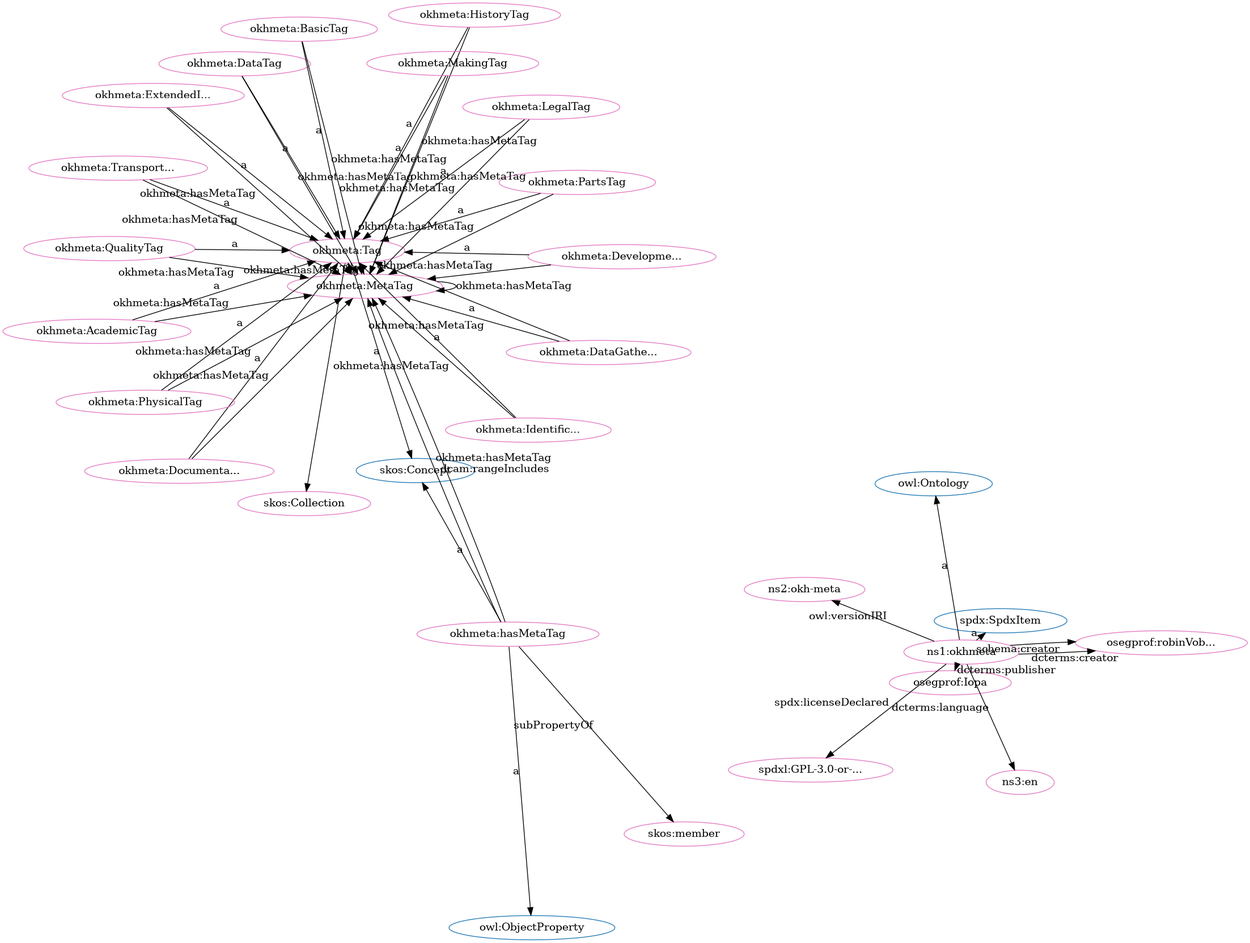
Before: src/spec/fdp_okh-meta.png, a diagram exported from Graphviz (iop-alliance/OpenKnowHow). Its source is kept beside it as src/spec/fdp_okh-meta.dot.
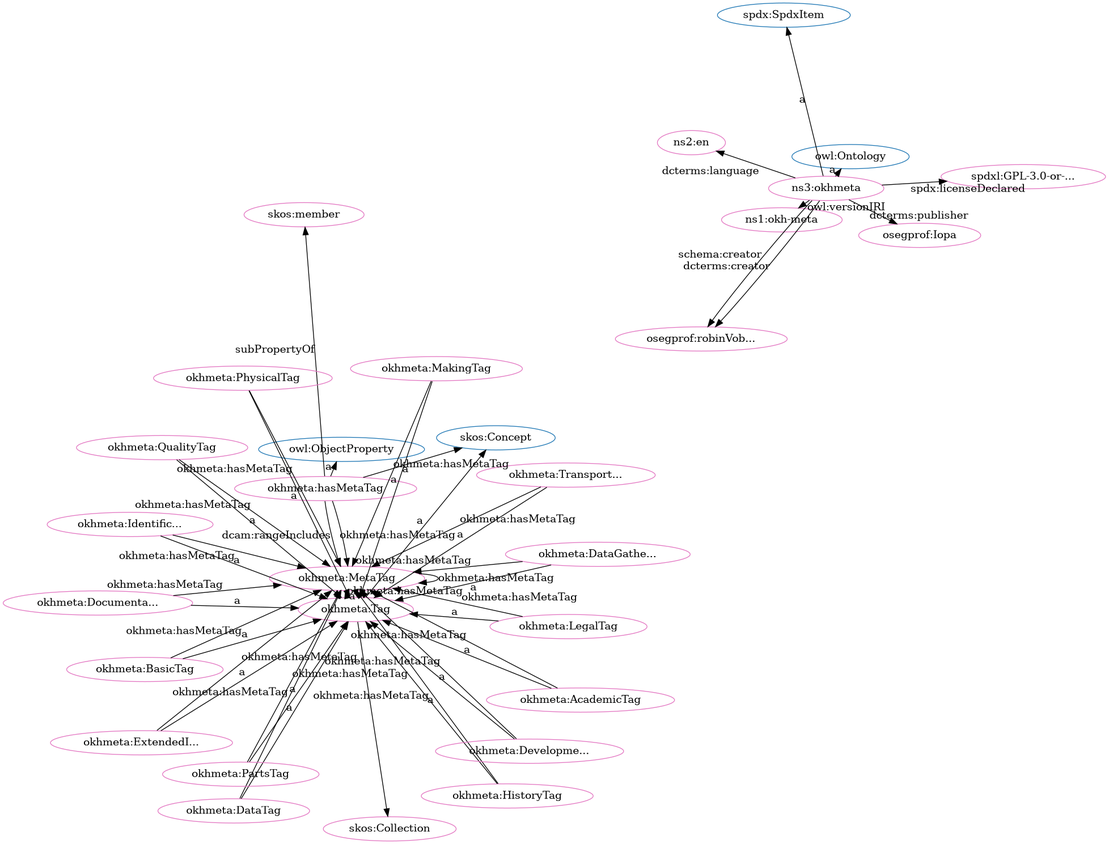
Above is the later version.

What changed in the source:
```diff
@@ -1,84 +1,84 @@
 digraph G {
   rankdir=BT
   node[height=.3]
+"http://spdx.org/rdf/terms#SpdxItem" [fillcolor="#1f77b4" color="#1f77b4" label="spdx:SpdxItem"]
+"http://w3id.org/oseg/ont/okhmeta#Tag" [fillcolor="#1f77b4" color="#1f77b4" label="okhmeta:Tag"]
+"http://www.w3.org/2004/02/skos/core#Concept" [fillcolor="#1f77b4" color="#1f77b4" label="skos:Concept"]
 "http://www.w3.org/2002/07/owl#Ontology" [fillcolor="#1f77b4" color="#1f77b4" label="owl:Ontology"]
 "http://www.w3.org/2004/02/skos/core#Collection" [fillcolor="#1f77b4" color="#1f77b4" label="skos:Collection"]
 "http://www.w3.org/2002/07/owl#ObjectProperty" [fillcolor="#1f77b4" color="#1f77b4" label="owl:ObjectProperty"]
-"http://www.w3.org/2004/02/skos/core#Concept" [fillcolor="#1f77b4" color="#1f77b4" label="skos:Concept"]
-"http://w3id.org/oseg/ont/okhmeta#Tag" [fillcolor="#1f77b4" color="#1f77b4" label="okhmeta:Tag"]
-"http://spdx.org/rdf/terms#SpdxItem" [fillcolor="#1f77b4" color="#1f77b4" label="spdx:SpdxItem"]
+"http://w3id.org/oseg/ont/okhmeta#BasicTag" [fillcolor="#e377c2" color="#e377c2" label="okhmeta:BasicTag"]
 "http://w3id.org/oseg/ont/okhmeta#MetaTag" [fillcolor="#e377c2" color="#e377c2" label="okhmeta:MetaTag"]
+"http://w3id.org/oseg/ont/1.1.0/okh-meta" [fillcolor="#e377c2" color="#e377c2" label="ns1:okh-meta"]
 "http://w3id.org/oseg/ont/okhmeta#DataTag" [fillcolor="#e377c2" color="#e377c2" label="okhmeta:DataTag"]
-"http://w3id.org/oseg/ont/okhmeta#DocumentationTag" [fillcolor="#e377c2" color="#e377c2" label="okhmeta:Documenta..."]
-"http://w3id.org/oseg/ont/okhmeta#DevelopmentTag" [fillcolor="#e377c2" color="#e377c2" label="okhmeta:Developme..."]
-"http://w3id.org/oseg/ont/oseg-profiles#Iopa" [fillcolor="#e377c2" color="#e377c2" label="osegprof:Iopa"]
-"http://www.w3.org/2004/02/skos/core#member" [fillcolor="#e377c2" color="#e377c2" label="skos:member"]
-"http://w3id.org/oseg/ont/okhmeta#Tag" [fillcolor="#e377c2" color="#e377c2" label="okhmeta:Tag"]
 "http://w3id.org/oseg/ont/okhmeta#hasMetaTag" [fillcolor="#e377c2" color="#e377c2" label="okhmeta:hasMetaTag"]
-"http://w3id.org/oseg/ont/okhmeta" [fillcolor="#e377c2" color="#e377c2" label="ns1:okhmeta"]
-"http://w3id.org/oseg/ont/oseg-profiles#robinVobruba" [fillcolor="#e377c2" color="#e377c2" label="osegprof:robinVob..."]
-"http://w3id.org/oseg/ont/okhmeta#DataGatheringTag" [fillcolor="#e377c2" color="#e377c2" label="okhmeta:DataGathe..."]
-"http://w3id.org/oseg/ont/okhmeta#BasicTag" [fillcolor="#e377c2" color="#e377c2" label="okhmeta:BasicTag"]
-"http://w3id.org/oseg/ont/okhmeta#LegalTag" [fillcolor="#e377c2" color="#e377c2" label="okhmeta:LegalTag"]
 "http://w3id.org/oseg/ont/okhmeta#PartsTag" [fillcolor="#e377c2" color="#e377c2" label="okhmeta:PartsTag"]
 "http://w3id.org/oseg/ont/okhmeta#HistoryTag" [fillcolor="#e377c2" color="#e377c2" label="okhmeta:HistoryTag"]
+"http://w3id.org/oseg/ont/okhmeta#DevelopmentTag" [fillcolor="#e377c2" color="#e377c2" label="okhmeta:Developme..."]
+"http://id.loc.gov/vocabulary/iso639-1/en" [fillcolor="#e377c2" color="#e377c2" label="ns2:en"]
+"http://www.w3.org/2004/02/skos/core#Collection" [fillcolor="#e377c2" color="#e377c2" label="skos:Collection"]
+"http://w3id.org/oseg/ont/okhmeta#PhysicalTag" [fillcolor="#e377c2" color="#e377c2" label="okhmeta:PhysicalTag"]
+"http://w3id.org/oseg/ont/okhmeta#LegalTag" [fillcolor="#e377c2" color="#e377c2" label="okhmeta:LegalTag"]
+"http://spdx.org/licenses/GPL-3.0-or-later" [fillcolor="#e377c2" color="#e377c2" label="spdxl:GPL-3.0-or-..."]
+"http://w3id.org/oseg/ont/okhmeta#TransportationTag" [fillcolor="#e377c2" color="#e377c2" label="okhmeta:Transport..."]
+"http://w3id.org/oseg/ont/okhmeta" [fillcolor="#e377c2" color="#e377c2" label="ns3:okhmeta"]
+"http://www.w3.org/2004/02/skos/core#member" [fillcolor="#e377c2" color="#e377c2" label="skos:member"]
+"http://w3id.org/oseg/ont/oseg-profiles#robinVobruba" [fillcolor="#e377c2" color="#e377c2" label="osegprof:robinVob..."]
+"http://w3id.org/oseg/ont/okhmeta#QualityTag" [fillcolor="#e377c2" color="#e377c2" label="okhmeta:QualityTag"]
+"http://w3id.org/oseg/ont/okhmeta#AcademicTag" [fillcolor="#e377c2" color="#e377c2" label="okhmeta:AcademicTag"]
+"http://w3id.org/oseg/ont/okhmeta#DocumentationTag" [fillcolor="#e377c2" color="#e377c2" label="okhmeta:Documenta..."]
+"http://w3id.org/oseg/ont/oseg-profiles#Iopa" [fillcolor="#e377c2" color="#e377c2" label="osegprof:Iopa"]
+"http://w3id.org/oseg/ont/okhmeta#IdentificationTag" [fillcolor="#e377c2" color="#e377c2" label="okhmeta:Identific..."]
 "http://w3id.org/oseg/ont/okhmeta#MakingTag" [fillcolor="#e377c2" color="#e377c2" label="okhmeta:MakingTag"]
-"http://w3id.org/oseg/ont/okhmeta#IdentificationTag" [fillcolor="#e377c2" color="#e377c2" label="okhmeta:Identific..."]
-"http://w3id.org/oseg/ont/okhmeta#QualityTag" [fillcolor="#e377c2" color="#e377c2" label="okhmeta:QualityTag"]
-"http://w3id.org/oseg/ont/1.1.0/okh-meta" [fillcolor="#e377c2" color="#e377c2" label="ns2:okh-meta"]
-"http://w3id.org/oseg/ont/okhmeta#TransportationTag" [fillcolor="#e377c2" color="#e377c2" label="okhmeta:Transport..."]
-"http://spdx.org/licenses/GPL-3.0-or-later" [fillcolor="#e377c2" color="#e377c2" label="spdxl:GPL-3.0-or-..."]
+"http://w3id.org/oseg/ont/okhmeta#DataGatheringTag" [fillcolor="#e377c2" color="#e377c2" label="okhmeta:DataGathe..."]
 "http://w3id.org/oseg/ont/okhmeta#ExtendedInfoTag" [fillcolor="#e377c2" color="#e377c2" label="okhmeta:ExtendedI..."]
-"http://w3id.org/oseg/ont/okhmeta#PhysicalTag" [fillcolor="#e377c2" color="#e377c2" label="okhmeta:PhysicalTag"]
-"http://id.loc.gov/vocabulary/iso639-1/en" [fillcolor="#e377c2" color="#e377c2" label="ns3:en"]
-"http://www.w3.org/2004/02/skos/core#Collection" [fillcolor="#e377c2" color="#e377c2" label="skos:Collection"]
-"http://w3id.org/oseg/ont/okhmeta#AcademicTag" [fillcolor="#e377c2" color="#e377c2" label="okhmeta:AcademicTag"]
+"http://w3id.org/oseg/ont/okhmeta#Tag" [fillcolor="#e377c2" color="#e377c2" label="okhmeta:Tag"]
+  "http://w3id.org/oseg/ont/okhmeta#PhysicalTag" -> "http://w3id.org/oseg/ont/okhmeta#MetaTag" [label="okhmeta:hasMetaTag"]
+  "http://w3id.org/oseg/ont/okhmeta#Tag" -> "http://w3id.org/oseg/ont/okhmeta#MetaTag" [label="okhmeta:hasMetaTag"]
+  "http://w3id.org/oseg/ont/okhmeta#PartsTag" -> "http://w3id.org/oseg/ont/okhmeta#Tag" [label="a"]
+  "http://w3id.org/oseg/ont/okhmeta#HistoryTag" -> "http://w3id.org/oseg/ont/okhmeta#Tag" [label="a"]
+  "http://w3id.org/oseg/ont/okhmeta#DevelopmentTag" -> "http://w3id.org/oseg/ont/okhmeta#Tag" [label="a"]
+  "http://w3id.org/oseg/ont/okhmeta#DataTag" -> "http://w3id.org/oseg/ont/okhmeta#MetaTag" [label="okhmeta:hasMetaTag"]
+  "http://w3id.org/oseg/ont/okhmeta#LegalTag" -> "http://w3id.org/oseg/ont/okhmeta#Tag" [label="a"]
+  "http://w3id.org/oseg/ont/okhmeta#HistoryTag" -> "http://w3id.org/oseg/ont/okhmeta#MetaTag" [label="okhmeta:hasMetaTag"]
+  "http://w3id.org/oseg/ont/okhmeta#TransportationTag" -> "http://w3id.org/oseg/ont/okhmeta#Tag" [label="a"]
+  "http://w3id.org/oseg/ont/okhmeta#DevelopmentTag" -> "http://w3id.org/oseg/ont/okhmeta#MetaTag" [label="okhmeta:hasMetaTag"]
   "http://w3id.org/oseg/ont/okhmeta#hasMetaTag" -> "http://w3id.org/oseg/ont/okhmeta#MetaTag" [label="okhmeta:hasMetaTag"]
+  "http://w3id.org/oseg/ont/okhmeta#AcademicTag" -> "http://w3id.org/oseg/ont/okhmeta#MetaTag" [label="okhmeta:hasMetaTag"]
+  "http://w3id.org/oseg/ont/okhmeta" -> "http://w3id.org/oseg/ont/oseg-profiles#robinVobruba" [label="dcterms:creator"]
+  "http://w3id.org/oseg/ont/okhmeta" -> "http://spdx.org/rdf/terms#SpdxItem" [label="a"]
+  "http://w3id.org/oseg/ont/okhmeta#hasMetaTag" -> "http://www.w3.org/2002/07/owl#ObjectProperty" [label="a"]
+  "http://w3id.org/oseg/ont/okhmeta" -> "http://w3id.org/oseg/ont/oseg-profiles#robinVobruba" [label="schema:creator"]
+  "http://w3id.org/oseg/ont/okhmeta#DocumentationTag" -> "http://w3id.org/oseg/ont/okhmeta#Tag" [label="a"]
+  "http://w3id.org/oseg/ont/okhmeta" -> "http://w3id.org/oseg/ont/oseg-profiles#Iopa" [label="dcterms:publisher"]
+  "http://w3id.org/oseg/ont/okhmeta#ExtendedInfoTag" -> "http://w3id.org/oseg/ont/okhmeta#Tag" [label="a"]
+  "http://w3id.org/oseg/ont/okhmeta#QualityTag" -> "http://w3id.org/oseg/ont/okhmeta#MetaTag" [label="okhmeta:hasMetaTag"]
+  "http://w3id.org/oseg/ont/okhmeta#BasicTag" -> "http://w3id.org/oseg/ont/okhmeta#Tag" [label="a"]
+  "http://w3id.org/oseg/ont/okhmeta" -> "http://w3id.org/oseg/ont/1.1.0/okh-meta" [label="owl:versionIRI"]
   "http://w3id.org/oseg/ont/okhmeta#DataTag" -> "http://w3id.org/oseg/ont/okhmeta#Tag" [label="a"]
+  "http://w3id.org/oseg/ont/okhmeta#IdentificationTag" -> "http://w3id.org/oseg/ont/okhmeta#MetaTag" [label="okhmeta:hasMetaTag"]
   "http://w3id.org/oseg/ont/okhmeta#MakingTag" -> "http://w3id.org/oseg/ont/okhmeta#MetaTag" [label="okhmeta:hasMetaTag"]
+  "http://w3id.org/oseg/ont/okhmeta#DataGatheringTag" -> "http://w3id.org/oseg/ont/okhmeta#MetaTag" [label="okhmeta:hasMetaTag"]
+  "http://w3id.org/oseg/ont/okhmeta#MetaTag" -> "http://w3id.org/oseg/ont/okhmeta#MetaTag" [label="okhmeta:hasMetaTag"]
+  "http://w3id.org/oseg/ont/okhmeta" -> "http://id.loc.gov/vocabulary/iso639-1/en" [label="dcterms:language"]
+  "http://w3id.org/oseg/ont/okhmeta#Tag" -> "http://www.w3.org/2004/02/skos/core#Collection" [label=""]
+  "http://w3id.org/oseg/ont/okhmeta#PhysicalTag" -> "http://w3id.org/oseg/ont/okhmeta#Tag" [label="a"]
+  "http://w3id.org/oseg/ont/okhmeta" -> "http://spdx.org/licenses/GPL-3.0-or-later" [label="spdx:licenseDeclared"]
+  "http://w3id.org/oseg/ont/okhmeta#PartsTag" -> "http://w3id.org/oseg/ont/okhmeta#MetaTag" [label="okhmeta:hasMetaTag"]
   "http://w3id.org/oseg/ont/okhmeta#DocumentationTag" -> "http://w3id.org/oseg/ont/okhmeta#MetaTag" [label="okhmeta:hasMetaTag"]
-  "http://w3id.org/oseg/ont/okhmeta#DevelopmentTag" -> "http://w3id.org/oseg/ont/okhmeta#Tag" [label="a"]
-  "http://w3id.org/oseg/ont/okhmeta" -> "http://w3id.org/oseg/ont/oseg-profiles#Iopa" [label="dcterms:publisher"]
+  "http://w3id.org/oseg/ont/okhmeta" -> "http://www.w3.org/2002/07/owl#Ontology" [label="a"]
   "http://w3id.org/oseg/ont/okhmeta#hasMetaTag" -> "http://www.w3.org/2004/02/skos/core#member" [label="subPropertyOf"]
+  "http://w3id.org/oseg/ont/okhmeta#LegalTag" -> "http://w3id.org/oseg/ont/okhmeta#MetaTag" [label="okhmeta:hasMetaTag"]
+  "http://w3id.org/oseg/ont/okhmeta#ExtendedInfoTag" -> "http://w3id.org/oseg/ont/okhmeta#MetaTag" [label="okhmeta:hasMetaTag"]
+  "http://w3id.org/oseg/ont/okhmeta#QualityTag" -> "http://w3id.org/oseg/ont/okhmeta#Tag" [label="a"]
+  "http://w3id.org/oseg/ont/okhmeta#AcademicTag" -> "http://w3id.org/oseg/ont/okhmeta#Tag" [label="a"]
+  "http://w3id.org/oseg/ont/okhmeta#TransportationTag" -> "http://w3id.org/oseg/ont/okhmeta#MetaTag" [label="okhmeta:hasMetaTag"]
+  "http://w3id.org/oseg/ont/okhmeta#BasicTag" -> "http://w3id.org/oseg/ont/okhmeta#MetaTag" [label="okhmeta:hasMetaTag"]
+  "http://w3id.org/oseg/ont/okhmeta#IdentificationTag" -> "http://w3id.org/oseg/ont/okhmeta#Tag" [label="a"]
+  "http://w3id.org/oseg/ont/okhmeta#MakingTag" -> "http://w3id.org/oseg/ont/okhmeta#Tag" [label="a"]
   "http://w3id.org/oseg/ont/okhmeta#hasMetaTag" -> "http://w3id.org/oseg/ont/okhmeta#MetaTag" [label="dcam:rangeIncludes"]
-  "http://w3id.org/oseg/ont/okhmeta#IdentificationTag" -> "http://w3id.org/oseg/ont/okhmeta#MetaTag" [label="okhmeta:hasMetaTag"]
-  "http://w3id.org/oseg/ont/okhmeta" -> "http://spdx.org/rdf/terms#SpdxItem" [label="a"]
-  "http://w3id.org/oseg/ont/okhmeta#DevelopmentTag" -> "http://w3id.org/oseg/ont/okhmeta#MetaTag" [label="okhmeta:hasMetaTag"]
-  "http://w3id.org/oseg/ont/okhmeta#QualityTag" -> "http://w3id.org/oseg/ont/okhmeta#MetaTag" [label="okhmeta:hasMetaTag"]
-  "http://w3id.org/oseg/ont/okhmeta#LegalTag" -> "http://w3id.org/oseg/ont/okhmeta#MetaTag" [label="okhmeta:hasMetaTag"]
-  "http://w3id.org/oseg/ont/okhmeta" -> "http://w3id.org/oseg/ont/oseg-profiles#robinVobruba" [label="schema:creator"]
-  "http://w3id.org/oseg/ont/okhmeta" -> "http://www.w3.org/2002/07/owl#Ontology" [label="a"]
-  "http://w3id.org/oseg/ont/okhmeta#HistoryTag" -> "http://w3id.org/oseg/ont/okhmeta#Tag" [label="a"]
-  "http://w3id.org/oseg/ont/okhmeta#IdentificationTag" -> "http://w3id.org/oseg/ont/okhmeta#Tag" [label="a"]
-  "http://w3id.org/oseg/ont/okhmeta#AcademicTag" -> "http://w3id.org/oseg/ont/okhmeta#MetaTag" [label="okhmeta:hasMetaTag"]
-  "http://w3id.org/oseg/ont/okhmeta#DataTag" -> "http://w3id.org/oseg/ont/okhmeta#MetaTag" [label="okhmeta:hasMetaTag"]
-  "http://w3id.org/oseg/ont/okhmeta" -> "http://spdx.org/licenses/GPL-3.0-or-later" [label="spdx:licenseDeclared"]
-  "http://w3id.org/oseg/ont/okhmeta#ExtendedInfoTag" -> "http://w3id.org/oseg/ont/okhmeta#MetaTag" [label="okhmeta:hasMetaTag"]
-  "http://w3id.org/oseg/ont/okhmeta#DataGatheringTag" -> "http://w3id.org/oseg/ont/okhmeta#MetaTag" [label="okhmeta:hasMetaTag"]
-  "http://w3id.org/oseg/ont/okhmeta" -> "http://id.loc.gov/vocabulary/iso639-1/en" [label="dcterms:language"]
-  "http://w3id.org/oseg/ont/okhmeta#BasicTag" -> "http://w3id.org/oseg/ont/okhmeta#MetaTag" [label="okhmeta:hasMetaTag"]
-  "http://w3id.org/oseg/ont/okhmeta#AcademicTag" -> "http://w3id.org/oseg/ont/okhmeta#Tag" [label="a"]
-  "http://w3id.org/oseg/ont/okhmeta#PartsTag" -> "http://w3id.org/oseg/ont/okhmeta#MetaTag" [label="okhmeta:hasMetaTag"]
-  "http://w3id.org/oseg/ont/okhmeta#DocumentationTag" -> "http://w3id.org/oseg/ont/okhmeta#Tag" [label="a"]
+  "http://w3id.org/oseg/ont/okhmeta#DataGatheringTag" -> "http://w3id.org/oseg/ont/okhmeta#Tag" [label="a"]
+  "http://w3id.org/oseg/ont/okhmeta#MetaTag" -> "http://w3id.org/oseg/ont/okhmeta#Tag" [label="a"]
+  "http://w3id.org/oseg/ont/okhmeta#hasMetaTag" -> "http://www.w3.org/2004/02/skos/core#Concept" [label="a"]
   "http://w3id.org/oseg/ont/okhmeta#Tag" -> "http://www.w3.org/2004/02/skos/core#Concept" [label="a"]
-  "http://w3id.org/oseg/ont/okhmeta#hasMetaTag" -> "http://www.w3.org/2004/02/skos/core#Concept" [label="a"]
-  "http://w3id.org/oseg/ont/okhmeta" -> "http://w3id.org/oseg/ont/oseg-profiles#robinVobruba" [label="dcterms:creator"]
-  "http://w3id.org/oseg/ont/okhmeta#hasMetaTag" -> "http://www.w3.org/2002/07/owl#ObjectProperty" [label="a"]
-  "http://w3id.org/oseg/ont/okhmeta#TransportationTag" -> "http://w3id.org/oseg/ont/okhmeta#MetaTag" [label="okhmeta:hasMetaTag"]
-  "http://w3id.org/oseg/ont/okhmeta#DataGatheringTag" -> "http://w3id.org/oseg/ont/okhmeta#Tag" [label="a"]
-  "http://w3id.org/oseg/ont/okhmeta#PhysicalTag" -> "http://w3id.org/oseg/ont/okhmeta#MetaTag" [label="okhmeta:hasMetaTag"]
-  "http://w3id.org/oseg/ont/okhmeta#BasicTag" -> "http://w3id.org/oseg/ont/okhmeta#Tag" [label="a"]
-  "http://w3id.org/oseg/ont/okhmeta#LegalTag" -> "http://w3id.org/oseg/ont/okhmeta#Tag" [label="a"]
-  "http://w3id.org/oseg/ont/okhmeta#PartsTag" -> "http://w3id.org/oseg/ont/okhmeta#Tag" [label="a"]
-  "http://w3id.org/oseg/ont/okhmeta#Tag" -> "http://w3id.org/oseg/ont/okhmeta#MetaTag" [label="okhmeta:hasMetaTag"]
-  "http://w3id.org/oseg/ont/okhmeta#MakingTag" -> "http://w3id.org/oseg/ont/okhmeta#Tag" [label="a"]
-  "http://w3id.org/oseg/ont/okhmeta#MetaTag" -> "http://w3id.org/oseg/ont/okhmeta#MetaTag" [label="okhmeta:hasMetaTag"]
-  "http://w3id.org/oseg/ont/okhmeta#QualityTag" -> "http://w3id.org/oseg/ont/okhmeta#Tag" [label="a"]
-  "http://w3id.org/oseg/ont/okhmeta" -> "http://w3id.org/oseg/ont/1.1.0/okh-meta" [label="owl:versionIRI"]
-  "http://w3id.org/oseg/ont/okhmeta#TransportationTag" -> "http://w3id.org/oseg/ont/okhmeta#Tag" [label="a"]
-  "http://w3id.org/oseg/ont/okhmeta#ExtendedInfoTag" -> "http://w3id.org/oseg/ont/okhmeta#Tag" [label="a"]
-  "http://w3id.org/oseg/ont/okhmeta#PhysicalTag" -> "http://w3id.org/oseg/ont/okhmeta#Tag" [label="a"]
-  "http://w3id.org/oseg/ont/okhmeta#MetaTag" -> "http://w3id.org/oseg/ont/okhmeta#Tag" [label="a"]
-  "http://w3id.org/oseg/ont/okhmeta#HistoryTag" -> "http://w3id.org/oseg/ont/okhmeta#MetaTag" [label="okhmeta:hasMetaTag"]
-  "http://w3id.org/oseg/ont/okhmeta#Tag" -> "http://www.w3.org/2004/02/skos/core#Collection" [label=""]
 }
```
